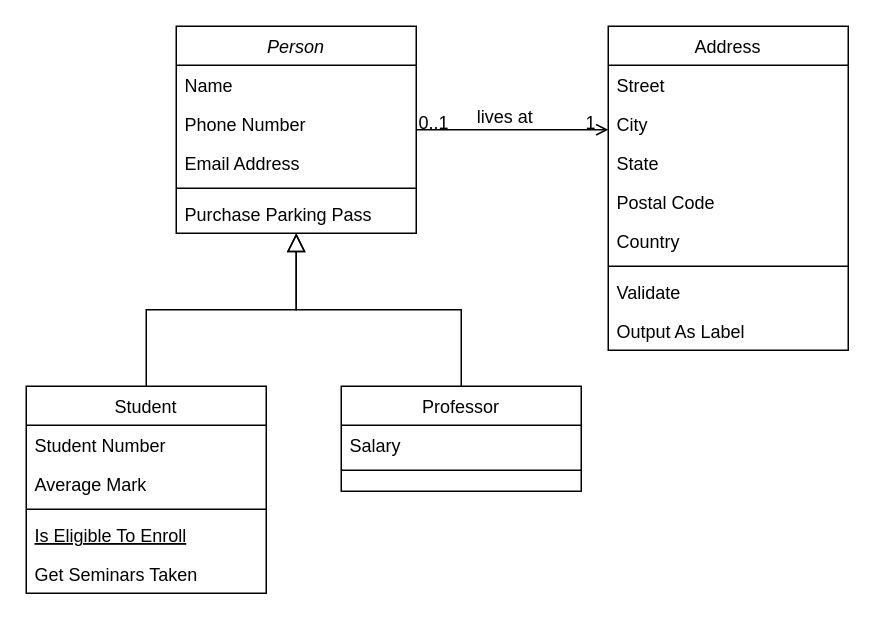
Earlier version of the draw.io diagram Diagrama sem nome.drawio (Luanhp0/Exercicio_html_js). Source tidied: cells renumbered, new cells numbered last; positions are measured from the earlier drawing's top-left corner, leaving out a move shared by most shapes. Both pictures are drawn from the tidied source at 150%, with x=0, y=0 at pixel (26, 26).
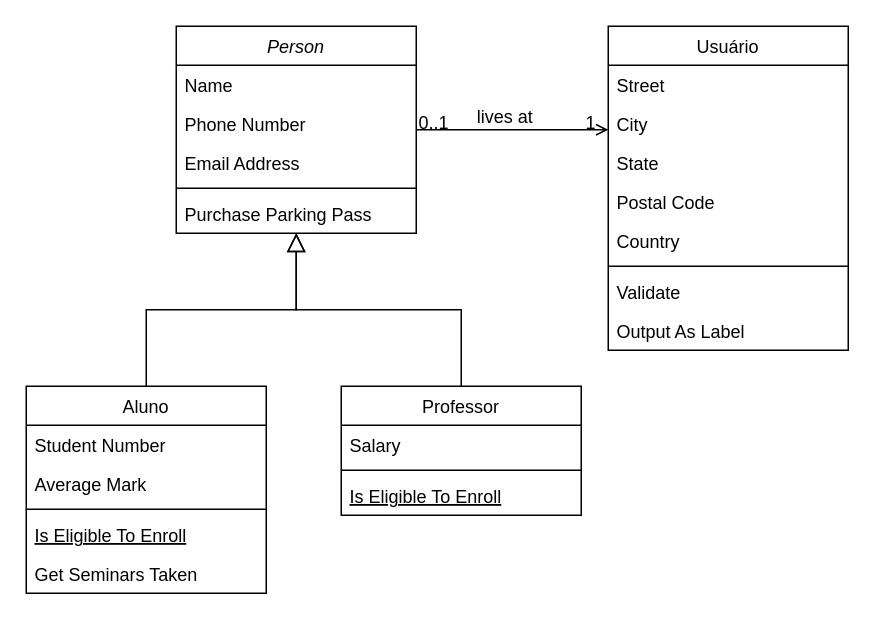
After the change.

What changed in the source:
```diff
@@
-    <mxCell id="8" value="Student" style="swimlane;fontStyle=0;align=center;verticalAlign=top;horizontal=1;startSize=26;rounded=0;shadow=0;strokeWidth=1;" parent="1" vertex="1">
+    <mxCell id="8" value="Aluno" style="swimlane;fontStyle=0;align=center;verticalAlign=top;horizontal=1;startSize=26;rounded=0;shadow=0;strokeWidth=1;" parent="1" vertex="1">
       <mxGeometry y="240" width="160" height="138" as="geometry" />
     </mxCell>
@@
     <mxCell id="15" value="Professor" style="swimlane;fontStyle=0;align=center;verticalAlign=top;horizontal=1;startSize=26;rounded=0;shadow=0;strokeWidth=1;" parent="1" vertex="1">
-      <mxGeometry x="210" y="240" width="160" height="70" as="geometry" />
+      <mxGeometry x="210" y="240" width="160" height="86" as="geometry" />
     </mxCell>
@@
+    <mxCell id="32" value="Is Eligible To Enroll" style="text;align=left;verticalAlign=top;spacingLeft=4;spacingRight=4;overflow=hidden;fontStyle=4;" parent="15" vertex="1">
+      <mxGeometry y="60" width="160" height="26" as="geometry" />
+    </mxCell>
@@
-    <mxCell id="19" value="Address" style="swimlane;fontStyle=0;align=center;verticalAlign=top;horizontal=1;startSize=26;rounded=0;shadow=0;strokeWidth=1;" parent="1" vertex="1">
+    <mxCell id="19" value="Usuário" style="swimlane;fontStyle=0;align=center;verticalAlign=top;horizontal=1;startSize=26;rounded=0;shadow=0;strokeWidth=1;" parent="1" vertex="1">
       <mxGeometry x="388" width="160" height="216" as="geometry" />
     </mxCell>
```
